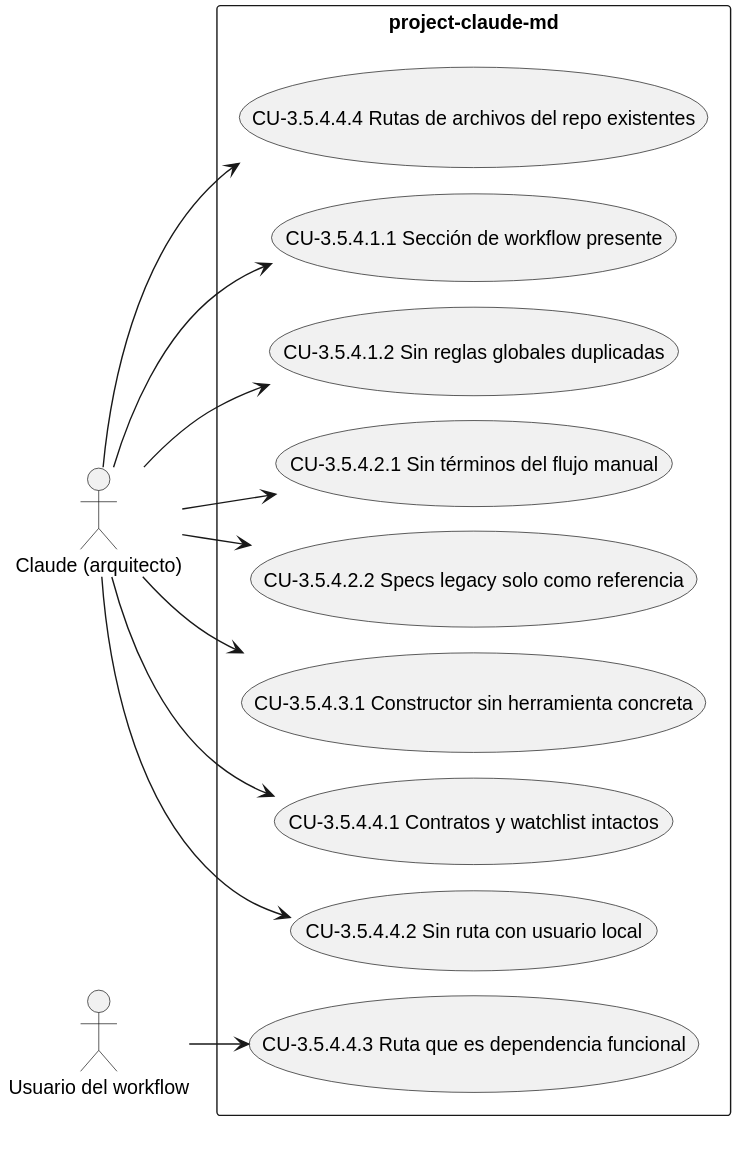
Before: docs/diagramas/CAP-3.5.4.svg, a diagram exported from PlantUML (Lautaro-Montecchiani/sdd-global-config).
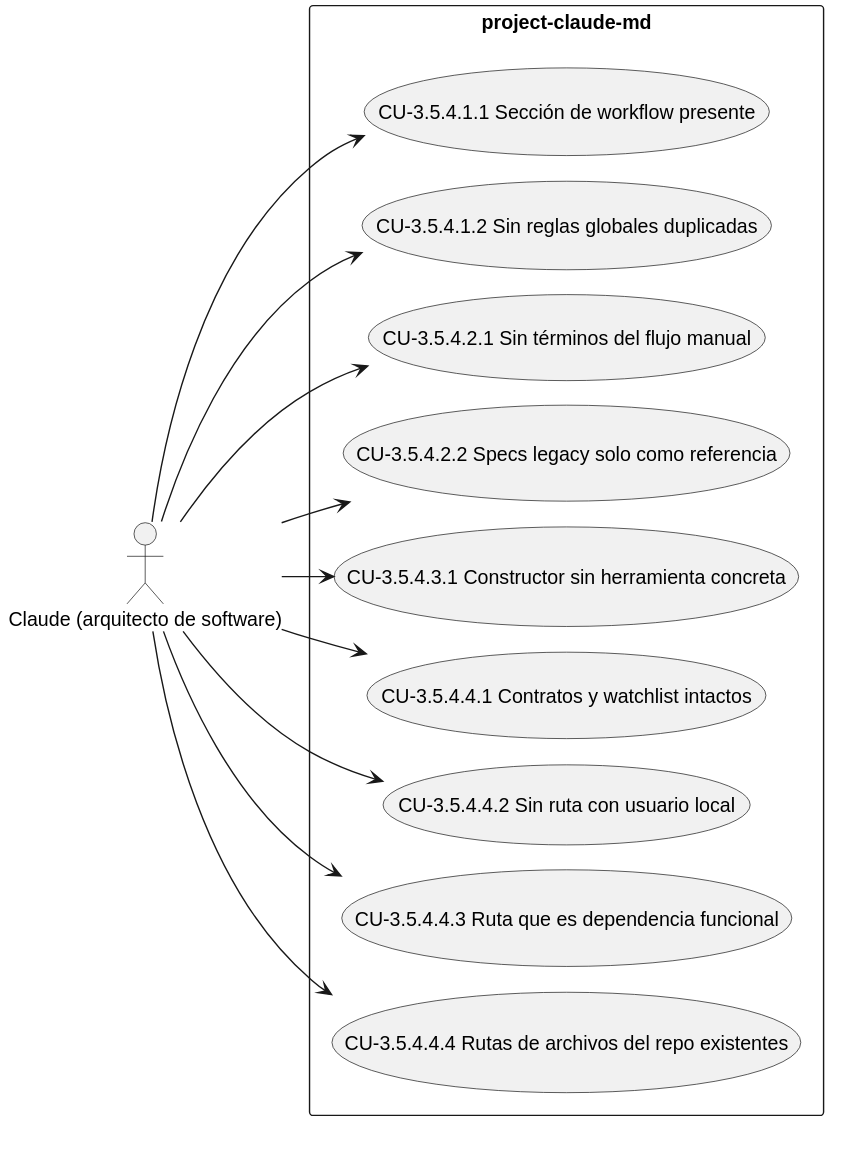
The same file after the commit.

Diff of the diagram source:
```diff
@@ -1,8 +1,7 @@
 @startuml
 !pragma layout smetana
 left to right direction
-actor "Claude (arquitecto)" as A1
-actor "Usuario del workflow" as A2
+actor "Claude (arquitecto de software)" as A1
 rectangle "project-claude-md" {
   usecase "CU-3.5.4.1.1 Sección de workflow presente" as UC_3_5_4_1_1
   usecase "CU-3.5.4.1.2 Sin reglas globales duplicadas" as UC_3_5_4_1_2
@@ -21,6 +20,6 @@
 A1 --> UC_3_5_4_3_1
 A1 --> UC_3_5_4_4_1
 A1 --> UC_3_5_4_4_2
-A2 --> UC_3_5_4_4_3
+A1 --> UC_3_5_4_4_3
 A1 --> UC_3_5_4_4_4
 @enduml
```
